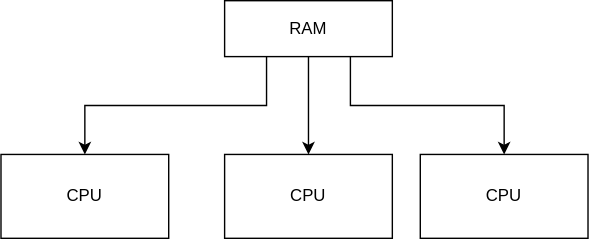
The draw.io diagram src/img/uma.svg in Takashiidobe/notes, before a commit. Source tidied: cells renumbered, new cells last; positions are measured from the earlier drawing's top-left corner, leaving out a move shared by most shapes. Its diagram source:
```xml
<mxGraphModel>
  <root>
    <mxCell id="0" />
    <mxCell id="1" parent="0" />
    <mxCell id="2" style="edgeStyle=orthogonalEdgeStyle;rounded=0;jettySize=auto;html=1;" parent="1" edge="1" source="5" target="6">
      <mxGeometry relative="1" as="geometry" />
    </mxCell>
    <mxCell id="3" style="edgeStyle=orthogonalEdgeStyle;rounded=0;jettySize=auto;html=1;exitX=0.75;exitY=1;exitDx=0;exitDy=0;" parent="1" edge="1" source="5" target="8">
      <mxGeometry relative="1" as="geometry" />
    </mxCell>
    <mxCell id="4" style="edgeStyle=orthogonalEdgeStyle;rounded=0;jettySize=auto;html=1;exitX=0.25;exitY=1;exitDx=0;exitDy=0;" parent="1" edge="1" source="5" target="7">
      <mxGeometry relative="1" as="geometry" />
    </mxCell>
    <mxCell id="5" value="&lt;div&gt;RAM&lt;/div&gt;" style="rounded=0;whiteSpace=wrap;html=1;" parent="1" vertex="1">
      <mxGeometry x="160" width="120" height="40" as="geometry" />
    </mxCell>
    <mxCell id="6" value="CPU" style="rounded=0;whiteSpace=wrap;html=1;" parent="1" vertex="1">
      <mxGeometry x="160" y="110" width="120" height="60" as="geometry" />
    </mxCell>
    <mxCell id="7" value="CPU" style="rounded=0;whiteSpace=wrap;html=1;" parent="1" vertex="1">
      <mxGeometry y="110" width="120" height="60" as="geometry" />
    </mxCell>
    <mxCell id="8" value="CPU" style="rounded=0;whiteSpace=wrap;html=1;" parent="1" vertex="1">
      <mxGeometry x="300" y="110" width="120" height="60" as="geometry" />
    </mxCell>
  </root>
</mxGraphModel>
```
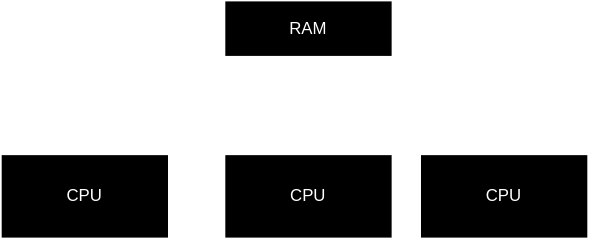
After the change.

Change to the diagram source:
```diff
@@ -1,27 +1,27 @@
-<mxGraphModel>
+<mxGraphModel background="#ffffff">
   <root>
     <mxCell id="0" />
     <mxCell id="1" parent="0" />
-    <mxCell id="2" style="edgeStyle=orthogonalEdgeStyle;rounded=0;jettySize=auto;html=1;" parent="1" edge="1" source="5" target="6">
-      <mxGeometry relative="1" as="geometry" />
-    </mxCell>
-    <mxCell id="3" style="edgeStyle=orthogonalEdgeStyle;rounded=0;jettySize=auto;html=1;exitX=0.75;exitY=1;exitDx=0;exitDy=0;" parent="1" edge="1" source="5" target="8">
-      <mxGeometry relative="1" as="geometry" />
-    </mxCell>
-    <mxCell id="4" style="edgeStyle=orthogonalEdgeStyle;rounded=0;jettySize=auto;html=1;exitX=0.25;exitY=1;exitDx=0;exitDy=0;" parent="1" edge="1" source="5" target="7">
-      <mxGeometry relative="1" as="geometry" />
-    </mxCell>
+    <mxCell id="9" style="edgeStyle=orthogonalEdgeStyle;rounded=0;jettySize=auto;html=1;" parent="1" edge="1" source="5" target="12">
+      <mxGeometry relative="1" as="geometry" />
+    </mxCell>
+    <mxCell id="10" style="edgeStyle=orthogonalEdgeStyle;rounded=0;jettySize=auto;html=1;exitX=0.75;exitY=1;exitDx=0;exitDy=0;" parent="1" edge="1" source="5" target="14">
+      <mxGeometry relative="1" as="geometry" />
+    </mxCell>
+    <mxCell id="11" style="edgeStyle=orthogonalEdgeStyle;rounded=0;jettySize=auto;html=1;exitX=0.25;exitY=1;exitDx=0;exitDy=0;" parent="1" edge="1" source="5" target="13">
+      <mxGeometry relative="1" as="geometry" />
+    </mxCell>
     <mxCell id="5" value="&lt;div&gt;RAM&lt;/div&gt;" style="rounded=0;whiteSpace=wrap;html=1;" parent="1" vertex="1">
       <mxGeometry x="160" width="120" height="40" as="geometry" />
     </mxCell>
-    <mxCell id="6" value="CPU" style="rounded=0;whiteSpace=wrap;html=1;" parent="1" vertex="1">
-      <mxGeometry x="160" y="110" width="120" height="60" as="geometry" />
-    </mxCell>
-    <mxCell id="7" value="CPU" style="rounded=0;whiteSpace=wrap;html=1;" parent="1" vertex="1">
-      <mxGeometry y="110" width="120" height="60" as="geometry" />
-    </mxCell>
-    <mxCell id="8" value="CPU" style="rounded=0;whiteSpace=wrap;html=1;" parent="1" vertex="1">
-      <mxGeometry x="300" y="110" width="120" height="60" as="geometry" />
-    </mxCell>
+    <mxCell id="12" value="CPU" style="rounded=0;whiteSpace=wrap;html=1;" parent="1" vertex="1">
+      <mxGeometry x="160" y="110" width="120" height="60" as="geometry" />
+    </mxCell>
+    <mxCell id="13" value="CPU" style="rounded=0;whiteSpace=wrap;html=1;" parent="1" vertex="1">
+      <mxGeometry y="110" width="120" height="60" as="geometry" />
+    </mxCell>
+    <mxCell id="14" value="CPU" style="rounded=0;whiteSpace=wrap;html=1;" parent="1" vertex="1">
+      <mxGeometry x="300" y="110" width="120" height="60" as="geometry" />
+    </mxCell>
   </root>
 </mxGraphModel>
```
